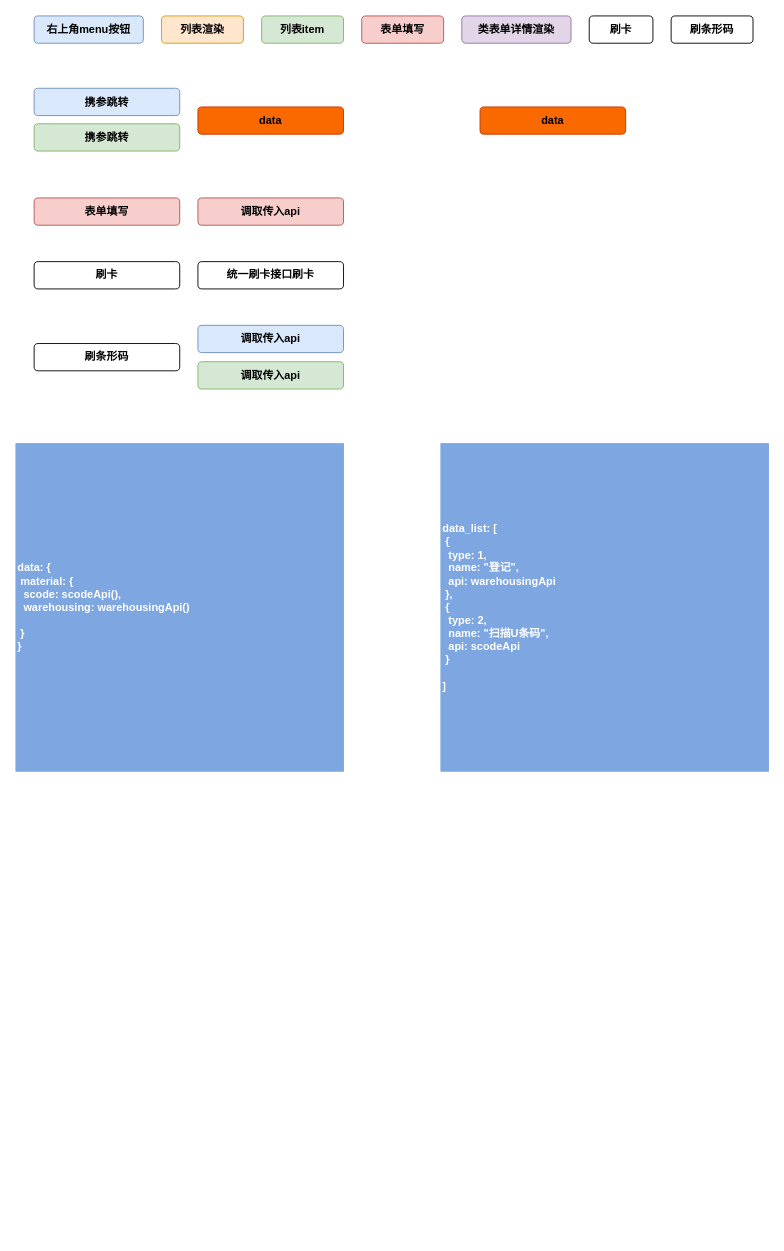
Above: page "第 2 页" (2 of 4) of Untitled Diagram.drawio in RuGxxx/Rug_home_Django (draw.io), before the change. Source tidied: cells renumbered, new cells numbered last; positions are measured from the earlier drawing's top-left corner, leaving out a move shared by most shapes. Both pictures are drawn from the tidied source at 91%, with x=0, y=0 at pixel (15, 15).
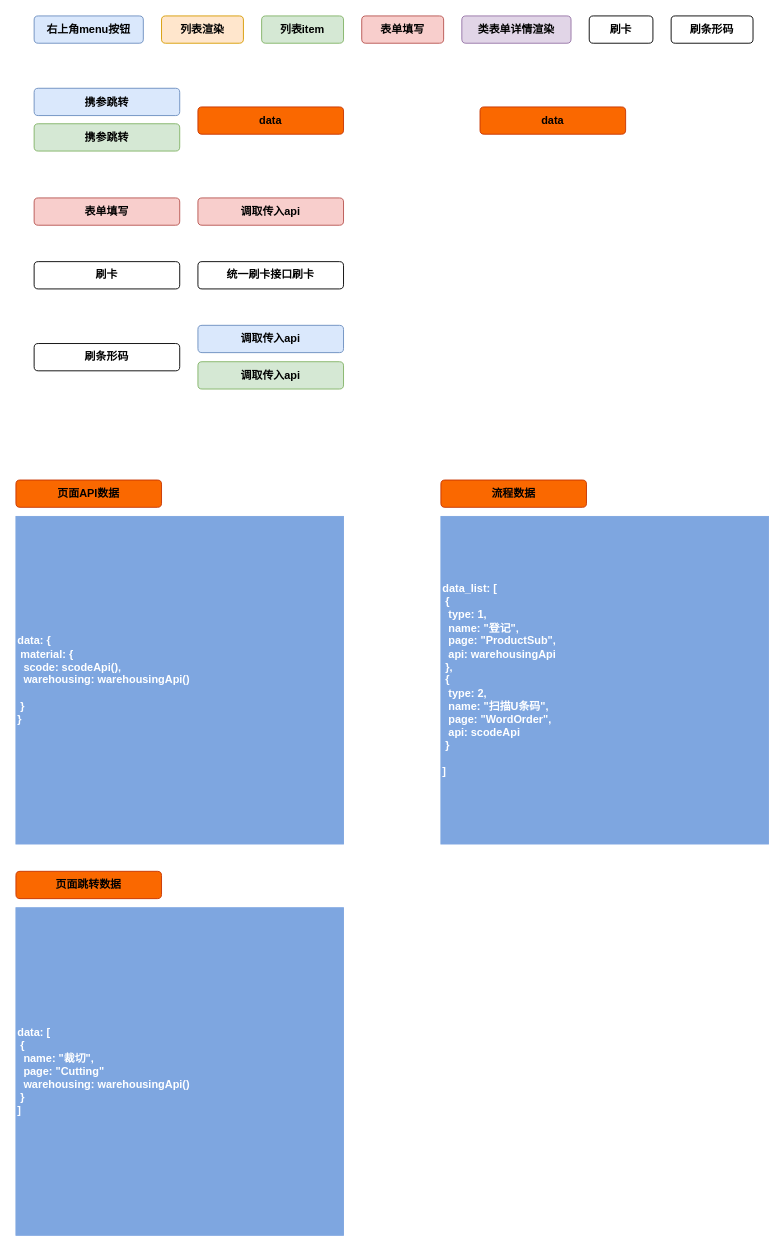
The same page after the edit.

Diff of the diagram source:
```diff
@@
     <mxCell id="20" value="&lt;b&gt;data: {&lt;br&gt;&lt;span&gt; &lt;/span&gt;&lt;span style=&quot;white-space: pre&quot;&gt; &lt;/span&gt;material: {&lt;br&gt;&lt;span&gt; &lt;span&gt; &lt;/span&gt;&lt;span style=&quot;white-space: pre&quot;&gt; &lt;span style=&quot;white-space: pre&quot;&gt; &lt;/span&gt;&lt;/span&gt;&lt;/span&gt;scode: scodeApi(),&lt;br&gt;&lt;span&gt; &lt;/span&gt;&lt;span&gt; &lt;/span&gt;&lt;span style=&quot;white-space: pre&quot;&gt; &lt;span style=&quot;white-space: pre&quot;&gt; &lt;/span&gt;&lt;/span&gt;warehousing: warehousingApi()&lt;br&gt;&lt;span style=&quot;white-space: pre&quot;&gt; &lt;/span&gt;&lt;span style=&quot;white-space: pre&quot;&gt; &lt;/span&gt;&lt;br&gt;&lt;span&gt; &lt;/span&gt;&lt;span style=&quot;white-space: pre&quot;&gt; &lt;/span&gt;}&lt;br&gt;}&lt;/b&gt;" style="whiteSpace=wrap;html=1;labelBackgroundColor=none;fontColor=#FFFFFF;strokeColor=#7EA6E0;fillColor=#7EA6E0;align=left;" parent="1" vertex="1">
-      <mxGeometry y="470" width="360" height="360" as="geometry" />
+      <mxGeometry y="550" width="360" height="360" as="geometry" />
     </mxCell>
-    <mxCell id="21" value="&lt;b&gt;data_list: [&lt;br&gt;&lt;span&gt; &lt;/span&gt;&lt;span&gt; &lt;/span&gt;&lt;span style=&quot;white-space: pre&quot;&gt; &lt;/span&gt;{&lt;br&gt;&lt;span&gt; &lt;span&gt; &lt;/span&gt;&lt;span&gt; &lt;span&gt; &lt;/span&gt;&lt;/span&gt;&lt;/span&gt;&lt;span style=&quot;white-space: pre&quot;&gt; &lt;/span&gt;&lt;span style=&quot;white-space: pre&quot;&gt; &lt;/span&gt;type: 1,&lt;br&gt;&lt;span style=&quot;white-space: pre&quot;&gt; &lt;/span&gt;&lt;span style=&quot;white-space: pre&quot;&gt; &lt;/span&gt;name: &quot;登记&quot;,&lt;br&gt;&lt;span&gt; &lt;/span&gt;&lt;span&gt; &lt;/span&gt;&lt;span&gt; &lt;span&gt; &lt;/span&gt;&lt;/span&gt;&lt;span style=&quot;white-space: pre&quot;&gt; &lt;/span&gt;&lt;span style=&quot;white-space: pre&quot;&gt; &lt;/span&gt;api: warehousingApi&lt;br&gt;&lt;span&gt; &lt;/span&gt;&lt;span&gt; &lt;/span&gt;&lt;span style=&quot;white-space: pre&quot;&gt; &lt;/span&gt;},&lt;br&gt;&lt;span style=&quot;white-space: pre&quot;&gt; &lt;/span&gt;{&lt;br&gt;&lt;span style=&quot;white-space: pre&quot;&gt; &lt;/span&gt;&lt;span style=&quot;white-space: pre&quot;&gt; &lt;/span&gt;type: 2,&lt;br&gt;&lt;span style=&quot;white-space: pre&quot;&gt; &lt;/span&gt;&lt;span style=&quot;white-space: pre&quot;&gt; &lt;/span&gt;name: &quot;扫描U条码&quot;,&lt;br&gt;&lt;span style=&quot;white-space: pre&quot;&gt; &lt;/span&gt;&lt;span style=&quot;white-space: pre&quot;&gt; &lt;/span&gt;api: scodeApi&lt;br&gt;&lt;span style=&quot;white-space: pre&quot;&gt; &lt;/span&gt;}&lt;br&gt;&lt;br&gt;]&lt;br&gt;&lt;/b&gt;" style="whiteSpace=wrap;html=1;labelBackgroundColor=none;fontColor=#FFFFFF;strokeColor=#7EA6E0;fillColor=#7EA6E0;align=left;" parent="1" vertex="1">
-      <mxGeometry x="467" y="470" width="360" height="360" as="geometry" />
+    <mxCell id="21" value="&lt;b&gt;data_list: [&lt;br&gt;&lt;span&gt; &lt;/span&gt;&lt;span&gt; &lt;/span&gt;&lt;span style=&quot;white-space: pre&quot;&gt; &lt;/span&gt;{&lt;br&gt;&lt;span&gt; &lt;span&gt; &lt;/span&gt;&lt;span&gt; &lt;span&gt; &lt;/span&gt;&lt;/span&gt;&lt;/span&gt;&lt;span style=&quot;white-space: pre&quot;&gt; &lt;/span&gt;&lt;span style=&quot;white-space: pre&quot;&gt; &lt;/span&gt;type: 1,&lt;br&gt;&lt;span style=&quot;white-space: pre&quot;&gt; &lt;/span&gt;&lt;span style=&quot;white-space: pre&quot;&gt; &lt;/span&gt;name: &quot;登记&quot;,&lt;br&gt;&lt;span style=&quot;white-space: pre&quot;&gt; &lt;/span&gt;&lt;span style=&quot;white-space: pre&quot;&gt; &lt;/span&gt;page: &quot;ProductSub&quot;,&lt;br&gt;&lt;span&gt; &lt;/span&gt;&lt;span&gt; &lt;/span&gt;&lt;span&gt; &lt;span&gt; &lt;/span&gt;&lt;/span&gt;&lt;span style=&quot;white-space: pre&quot;&gt; &lt;/span&gt;&lt;span style=&quot;white-space: pre&quot;&gt; &lt;/span&gt;api: warehousingApi&lt;br&gt;&lt;span&gt; &lt;/span&gt;&lt;span&gt; &lt;/span&gt;&lt;span style=&quot;white-space: pre&quot;&gt; &lt;/span&gt;},&lt;br&gt;&lt;span style=&quot;white-space: pre&quot;&gt; &lt;/span&gt;{&lt;br&gt;&lt;span style=&quot;white-space: pre&quot;&gt; &lt;/span&gt;&lt;span style=&quot;white-space: pre&quot;&gt; &lt;/span&gt;type: 2,&lt;br&gt;&lt;span style=&quot;white-space: pre&quot;&gt; &lt;/span&gt;&lt;span style=&quot;white-space: pre&quot;&gt; &lt;/span&gt;name: &quot;扫描U条码&quot;,&lt;br&gt;&lt;span style=&quot;white-space: pre&quot;&gt; &lt;/span&gt;&lt;span style=&quot;white-space: pre&quot;&gt; &lt;/span&gt;page: &quot;WordOrder&quot;,&lt;br&gt;&lt;span style=&quot;white-space: pre&quot;&gt; &lt;/span&gt;&lt;span style=&quot;white-space: pre&quot;&gt; &lt;/span&gt;api: scodeApi&lt;br&gt;&lt;span style=&quot;white-space: pre&quot;&gt; &lt;/span&gt;}&lt;br&gt;&lt;br&gt;]&lt;br&gt;&lt;/b&gt;" style="whiteSpace=wrap;html=1;labelBackgroundColor=none;fontColor=#FFFFFF;strokeColor=#7EA6E0;fillColor=#7EA6E0;align=left;" parent="1" vertex="1">
+      <mxGeometry x="467" y="550" width="360" height="360" as="geometry" />
     </mxCell>
+    <mxCell id="22" value="流程数据" style="rounded=1;whiteSpace=wrap;html=1;strokeColor=#C73500;fillColor=#fa6800;labelBackgroundColor=none;fontStyle=1;fontColor=#000000;" parent="1" vertex="1">
+      <mxGeometry x="467" y="510" width="160" height="30" as="geometry" />
+    </mxCell>
+    <mxCell id="23" value="页面API数据" style="rounded=1;whiteSpace=wrap;html=1;strokeColor=#C73500;fillColor=#fa6800;labelBackgroundColor=none;fontStyle=1;fontColor=#000000;" parent="1" vertex="1">
+      <mxGeometry y="510" width="160" height="30" as="geometry" />
+    </mxCell>
+    <mxCell id="24" value="&lt;b&gt;data: [&lt;br&gt;&lt;span&gt; &lt;/span&gt;&lt;span style=&quot;white-space: pre&quot;&gt; &lt;/span&gt;{&lt;br&gt;&lt;span&gt; &lt;span&gt; &lt;/span&gt;&lt;span style=&quot;white-space: pre&quot;&gt; &lt;span style=&quot;white-space: pre&quot;&gt; &lt;/span&gt;&lt;/span&gt;&lt;/span&gt;name: &quot;裁切&quot;,&lt;br&gt;&lt;span style=&quot;white-space: pre&quot;&gt; &lt;/span&gt;&lt;span style=&quot;white-space: pre&quot;&gt; &lt;/span&gt;page: &quot;Cutting&quot;&lt;br&gt;&lt;span&gt; &lt;/span&gt;&lt;span&gt; &lt;/span&gt;&lt;span style=&quot;white-space: pre&quot;&gt; &lt;span style=&quot;white-space: pre&quot;&gt; &lt;/span&gt;&lt;/span&gt;warehousing: warehousingApi()&lt;br&gt;&lt;span&gt; &lt;/span&gt;&lt;span style=&quot;white-space: pre&quot;&gt; &lt;/span&gt;}&lt;br&gt;]&lt;br&gt;&lt;/b&gt;" style="whiteSpace=wrap;html=1;labelBackgroundColor=none;fontColor=#FFFFFF;strokeColor=#7EA6E0;fillColor=#7EA6E0;align=left;" parent="1" vertex="1">
+      <mxGeometry y="980" width="360" height="360" as="geometry" />
+    </mxCell>
+    <mxCell id="25" value="页面跳转数据" style="rounded=1;whiteSpace=wrap;html=1;strokeColor=#C73500;fillColor=#fa6800;labelBackgroundColor=none;fontStyle=1;fontColor=#000000;" parent="1" vertex="1">
+      <mxGeometry y="940" width="160" height="30" as="geometry" />
+    </mxCell>
```
